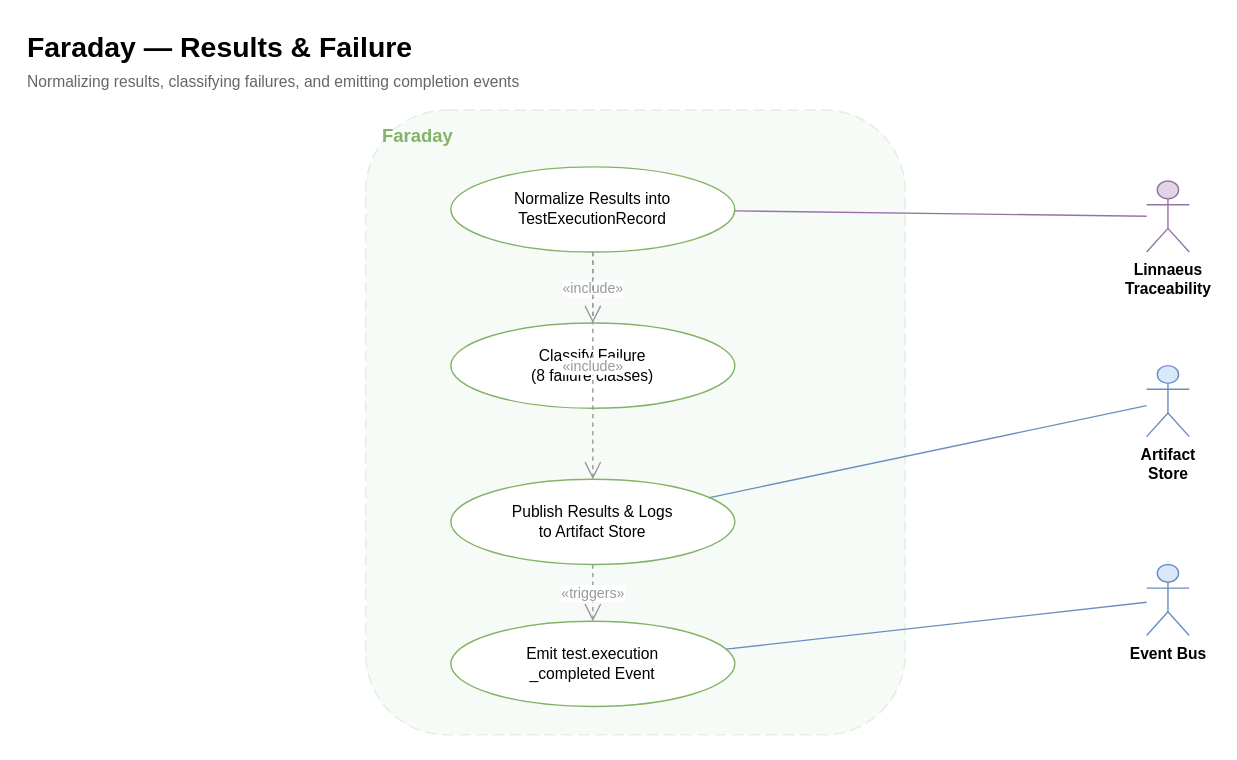
The draw.io diagram page "3 — Results & Failure" (3 of 4) of docs/diagrams/workforce/FARADAY_USE_CASE.drawio in jmac-cornelis/agent-workforce, before the edit. Source tidied: cells renumbered, new cells numbered last; positions are measured from the earlier drawing's top-left corner, leaving out a move shared by most shapes. Both pictures are drawn from the tidied source at 142%, with x=0, y=0 at pixel (24, 24).
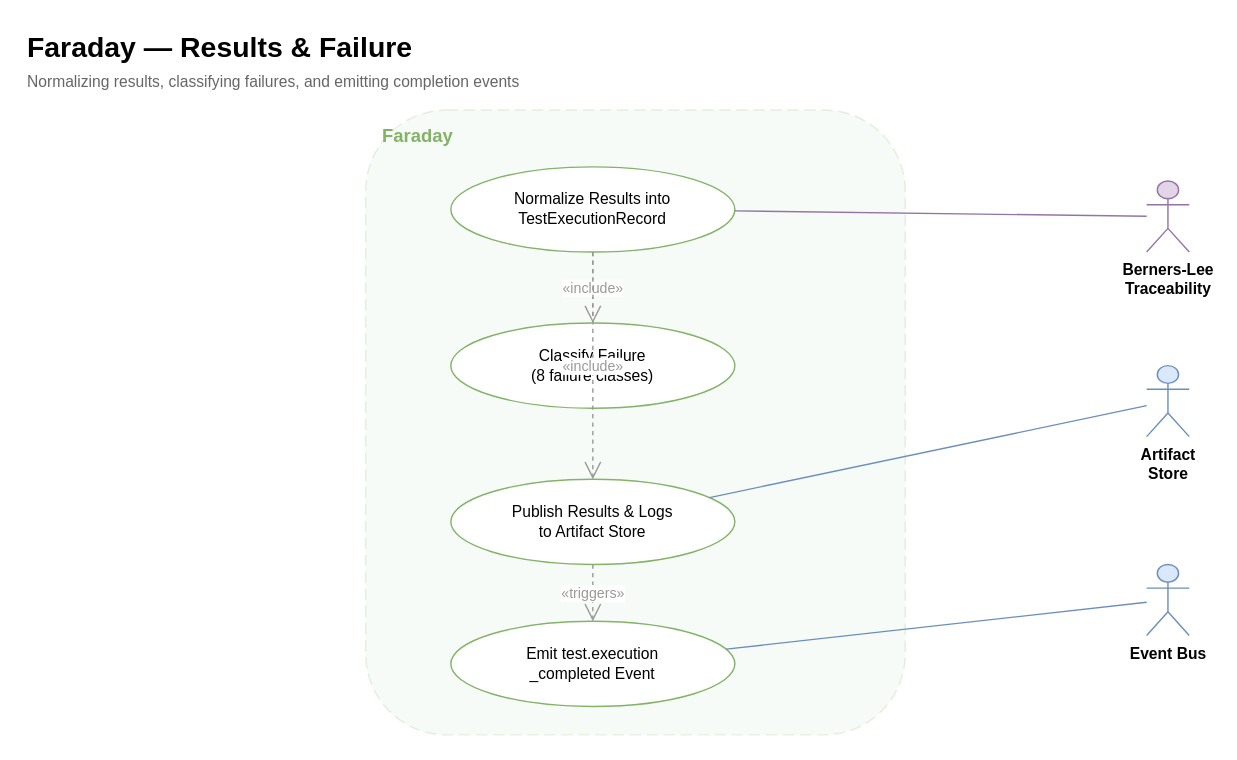
The same diagram, later.

What changed in the source:
```diff
@@
 <mxGraphModel>
   <root>
     <mxCell id="0" />
     <mxCell id="1" parent="0" />
     <mxCell id="2" value="Faraday — Results &amp; Failure" style="text;html=1;strokeColor=none;fillColor=none;align=left;verticalAlign=middle;fontSize=20;fontStyle=1;" parent="1" vertex="1">
       <mxGeometry width="400" height="30" as="geometry" />
     </mxCell>
     <mxCell id="3" value="Normalizing results, classifying failures, and emitting completion events" style="text;html=1;strokeColor=none;fillColor=none;align=left;verticalAlign=middle;fontSize=11;fontColor=#666666;" parent="1" vertex="1">
       <mxGeometry y="30" width="550" height="20" as="geometry" />
     </mxCell>
     <mxCell id="4" style="rounded=1;whiteSpace=wrap;html=1;fillColor=#d5e8d4;strokeColor=#82b366;opacity=20;dashed=1;dashPattern=8 4;" parent="1" vertex="1">
       <mxGeometry x="240" y="60" width="380" height="440" as="geometry" />
     </mxCell>
     <mxCell id="5" value="Faraday" style="text;html=1;strokeColor=none;fillColor=none;align=left;verticalAlign=middle;fontSize=13;fontStyle=1;fontColor=#82b366;" parent="1" vertex="1">
       <mxGeometry x="250" y="65" width="120" height="25" as="geometry" />
     </mxCell>
-    <mxCell id="6" value="Linnaeus&lt;br&gt;Traceability" style="shape=umlActor;verticalLabelPosition=bottom;verticalAlign=top;html=1;outlineConnect=0;fontSize=11;fontStyle=1;fillColor=#e1d5e7;strokeColor=#9673a6;" parent="1" vertex="1">
+    <mxCell id="6" value="Berners-Lee&lt;br&gt;Traceability" style="shape=umlActor;verticalLabelPosition=bottom;verticalAlign=top;html=1;outlineConnect=0;fontSize=11;fontStyle=1;fillColor=#e1d5e7;strokeColor=#9673a6;" parent="1" vertex="1">
       <mxGeometry x="790" y="110" width="30" height="50" as="geometry" />
     </mxCell>
     <mxCell id="7" value="Artifact&lt;br&gt;Store" style="shape=umlActor;verticalLabelPosition=bottom;verticalAlign=top;html=1;outlineConnect=0;fontSize=11;fontStyle=1;fillColor=#dae8fc;strokeColor=#6c8ebf;" parent="1" vertex="1">
       <mxGeometry x="790" y="240" width="30" height="50" as="geometry" />
     </mxCell>
     <mxCell id="8" value="Event Bus" style="shape=umlActor;verticalLabelPosition=bottom;verticalAlign=top;html=1;outlineConnect=0;fontSize=11;fontStyle=1;fillColor=#dae8fc;strokeColor=#6c8ebf;" parent="1" vertex="1">
       <mxGeometry x="790" y="380" width="30" height="50" as="geometry" />
     </mxCell>
     <mxCell id="9" value="Normalize Results into&lt;br&gt;TestExecutionRecord" style="ellipse;whiteSpace=wrap;html=1;fillColor=#ffffff;strokeColor=#82b366;fontSize=11;" parent="1" vertex="1">
       <mxGeometry x="300" y="100" width="200" height="60" as="geometry" />
     </mxCell>
     <mxCell id="10" value="Classify Failure&lt;br&gt;(8 failure classes)" style="ellipse;whiteSpace=wrap;html=1;fillColor=#ffffff;strokeColor=#82b366;fontSize=11;" parent="1" vertex="1">
       <mxGeometry x="300" y="210" width="200" height="60" as="geometry" />
     </mxCell>
     <mxCell id="11" value="Publish Results &amp; Logs&lt;br&gt;to Artifact Store" style="ellipse;whiteSpace=wrap;html=1;fillColor=#ffffff;strokeColor=#82b366;fontSize=11;" parent="1" vertex="1">
       <mxGeometry x="300" y="320" width="200" height="60" as="geometry" />
     </mxCell>
     <mxCell id="12" value="Emit test.execution&lt;br&gt;_completed Event" style="ellipse;whiteSpace=wrap;html=1;fillColor=#ffffff;strokeColor=#82b366;fontSize=11;" parent="1" vertex="1">
       <mxGeometry x="300" y="420" width="200" height="60" as="geometry" />
     </mxCell>
     <mxCell id="13" style="endArrow=none;html=1;strokeColor=#9673a6;" parent="1" edge="1" source="9" target="6">
       <mxGeometry relative="1" as="geometry" />
     </mxCell>
     <mxCell id="14" style="endArrow=none;html=1;strokeColor=#6c8ebf;" parent="1" edge="1" source="11" target="7">
       <mxGeometry relative="1" as="geometry" />
     </mxCell>
     <mxCell id="15" style="endArrow=none;html=1;strokeColor=#6c8ebf;" parent="1" edge="1" source="12" target="8">
       <mxGeometry relative="1" as="geometry" />
     </mxCell>
     <mxCell id="16" value="&amp;laquo;include&amp;raquo;" style="endArrow=open;endSize=10;dashed=1;html=1;strokeColor=#999999;fontSize=10;fontColor=#999999;" parent="1" edge="1" source="9" target="10">
       <mxGeometry relative="1" as="geometry" />
     </mxCell>
     <mxCell id="17" value="&amp;laquo;include&amp;raquo;" style="endArrow=open;endSize=10;dashed=1;html=1;strokeColor=#999999;fontSize=10;fontColor=#999999;" parent="1" edge="1" source="9" target="11">
       <mxGeometry relative="1" as="geometry" />
     </mxCell>
     <mxCell id="18" value="&amp;laquo;triggers&amp;raquo;" style="endArrow=open;endSize=10;dashed=1;html=1;strokeColor=#999999;fontSize=10;fontColor=#999999;" parent="1" edge="1" source="11" target="12">
       <mxGeometry relative="1" as="geometry" />
     </mxCell>
   </root>
 </mxGraphModel>
```
